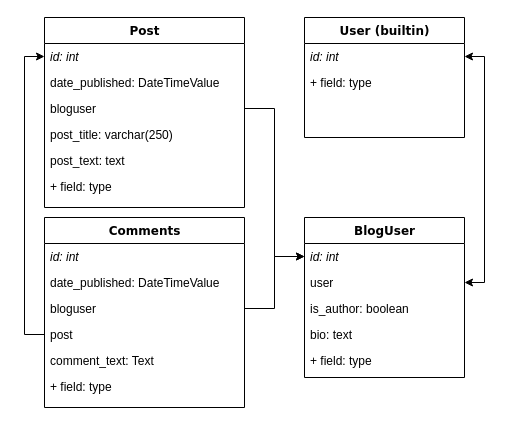
This is page "models" (1 of 2) of models.drawio from drovosekovanton/djangoProjectBlog, a draw.io file, before an edit. Source tidied: cells renumbered, new cells numbered last; positions are measured from the earlier drawing's top-left corner, leaving out a move shared by most shapes. Both pictures are drawn from the tidied source at 100%, with x=0, y=0 at pixel (44, 17).
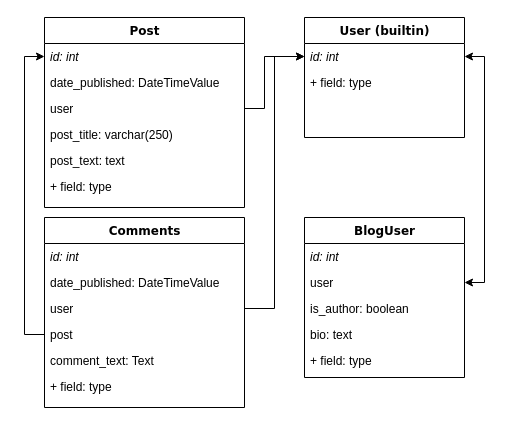
The same page after the edit.

Commit message (it also covers changes not shown here):
remodelling user model

The change refers to these unchanged cells:
```xml
<mxCell id="2" value="Post" style="swimlane;html=1;fontStyle=1;align=center;verticalAlign=top;horizontal=1;startSize=26;swimlaneFillColor=#ffffff;rounded=0;shadow=0;comic=0;labelBackgroundColor=none;strokeWidth=1;fillColor=none;fontFamily=Verdana;fontSize=12;" parent="1" vertex="1">
  <mxGeometry width="200" height="190" as="geometry" />
</mxCell>
<mxCell id="10" value="&lt;i&gt;id: int&lt;/i&gt;" style="text;html=1;strokeColor=none;fillColor=none;align=left;verticalAlign=top;spacingLeft=4;spacingRight=4;whiteSpace=wrap;overflow=hidden;points=[[0,0.5],[1,0.5]];portConstraint=eastwest;" parent="9" vertex="1">
  <mxGeometry y="26" width="160" height="26" as="geometry" />
</mxCell>
<mxCell id="15" value="Comments" style="swimlane;html=1;fontStyle=1;align=center;verticalAlign=top;horizontal=1;startSize=26;swimlaneFillColor=#ffffff;rounded=0;shadow=0;comic=0;labelBackgroundColor=none;strokeWidth=1;fillColor=none;fontFamily=Verdana;fontSize=12;" parent="1" vertex="1">
  <mxGeometry y="200" width="200" height="190" as="geometry" />
</mxCell>
<mxCell id="26" value="&lt;i&gt;id: int&lt;/i&gt;" style="text;html=1;strokeColor=none;fillColor=none;align=left;verticalAlign=top;spacingLeft=4;spacingRight=4;whiteSpace=wrap;overflow=hidden;points=[[0,0.5],[1,0.5]];portConstraint=eastwest;" parent="25" vertex="1">
  <mxGeometry y="26" width="160" height="26" as="geometry" />
</mxCell>
```

What changed in the source:
```diff
@@
-    <mxCell id="5" value="bloguser" style="text;html=1;strokeColor=none;fillColor=none;align=left;verticalAlign=top;spacingLeft=4;spacingRight=4;whiteSpace=wrap;overflow=hidden;points=[[0,0.5],[1,0.5]];portConstraint=eastwest;" parent="2" vertex="1">
+    <mxCell id="5" value="user" style="text;html=1;strokeColor=none;fillColor=none;align=left;verticalAlign=top;spacingLeft=4;spacingRight=4;whiteSpace=wrap;overflow=hidden;points=[[0,0.5],[1,0.5]];portConstraint=eastwest;" parent="2" vertex="1">
       <mxGeometry y="78" width="200" height="26" as="geometry" />
     </mxCell>
@@
-    <mxCell id="18" value="bloguser" style="text;html=1;strokeColor=none;fillColor=none;align=left;verticalAlign=top;spacingLeft=4;spacingRight=4;whiteSpace=wrap;overflow=hidden;points=[[0,0.5],[1,0.5]];portConstraint=eastwest;" parent="15" vertex="1">
+    <mxCell id="18" value="user" style="text;html=1;strokeColor=none;fillColor=none;align=left;verticalAlign=top;spacingLeft=4;spacingRight=4;whiteSpace=wrap;overflow=hidden;points=[[0,0.5],[1,0.5]];portConstraint=eastwest;" parent="15" vertex="1">
       <mxGeometry y="78" width="200" height="26" as="geometry" />
     </mxCell>
@@
-    <mxCell id="22" style="edgeStyle=orthogonalEdgeStyle;rounded=0;jettySize=auto;html=1;entryX=0;entryY=0.5;entryDx=0;entryDy=0;" parent="1" edge="1" source="18" target="10">
+    <mxCell id="22" style="edgeStyle=orthogonalEdgeStyle;rounded=0;jettySize=auto;html=1;entryX=0;entryY=0.5;entryDx=0;entryDy=0;" parent="1" edge="1" source="18" target="26">
       <mxGeometry relative="1" as="geometry" />
     </mxCell>
-    <mxCell id="23" style="edgeStyle=orthogonalEdgeStyle;rounded=0;jettySize=auto;html=1;entryX=0;entryY=0.5;entryDx=0;entryDy=0;" parent="1" edge="1" source="5" target="10">
-      <mxGeometry relative="1" as="geometry" />
+    <mxCell id="23" style="edgeStyle=orthogonalEdgeStyle;rounded=0;jettySize=auto;html=1;entryX=0;entryY=0.5;entryDx=0;entryDy=0;" parent="1" edge="1" source="5" target="26">
+      <mxGeometry relative="1" as="geometry">
+        <Array as="points">
+          <mxPoint x="220" y="91" />
+          <mxPoint x="220" y="39" />
+        </Array>
+      </mxGeometry>
     </mxCell>
```
